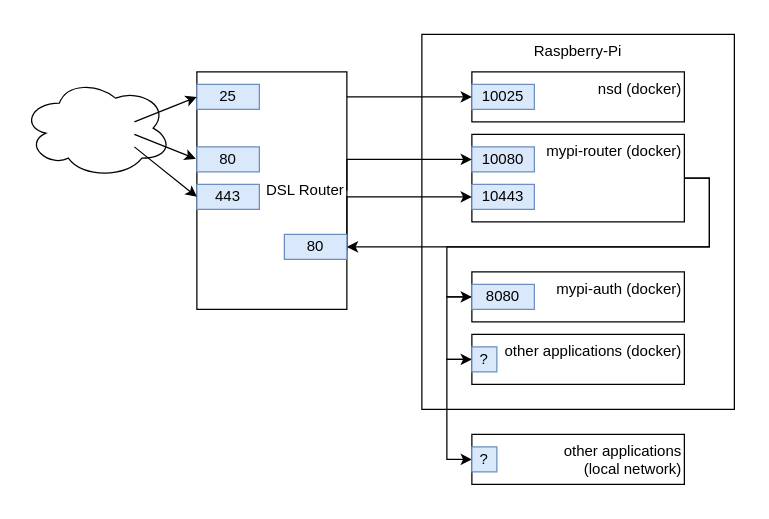
Before: docs/mypi-router.drawio in dueckminor/mypi-tools, a draw.io diagram. Source tidied: cells renumbered, new cells numbered last; positions are measured from the earlier drawing's top-left corner, leaving out a move shared by most shapes. Both pictures are drawn from the tidied source at 125%, with x=0, y=0 at pixel (21, 34).
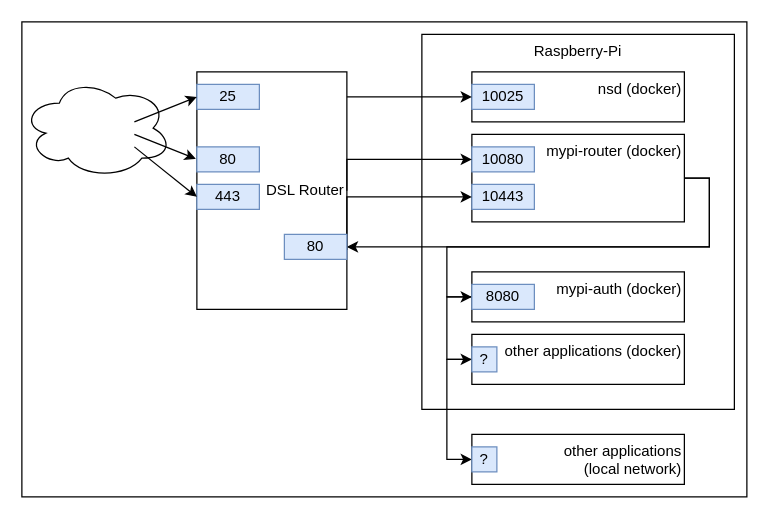
Above is the later version.

The edit, as a diff of the source:
```diff
@@
+    <mxCell id="30" style="rounded=0;whiteSpace=wrap;html=1;" parent="1" vertex="1">
+      <mxGeometry y="-10" width="580" height="380" as="geometry" />
+    </mxCell>
```
